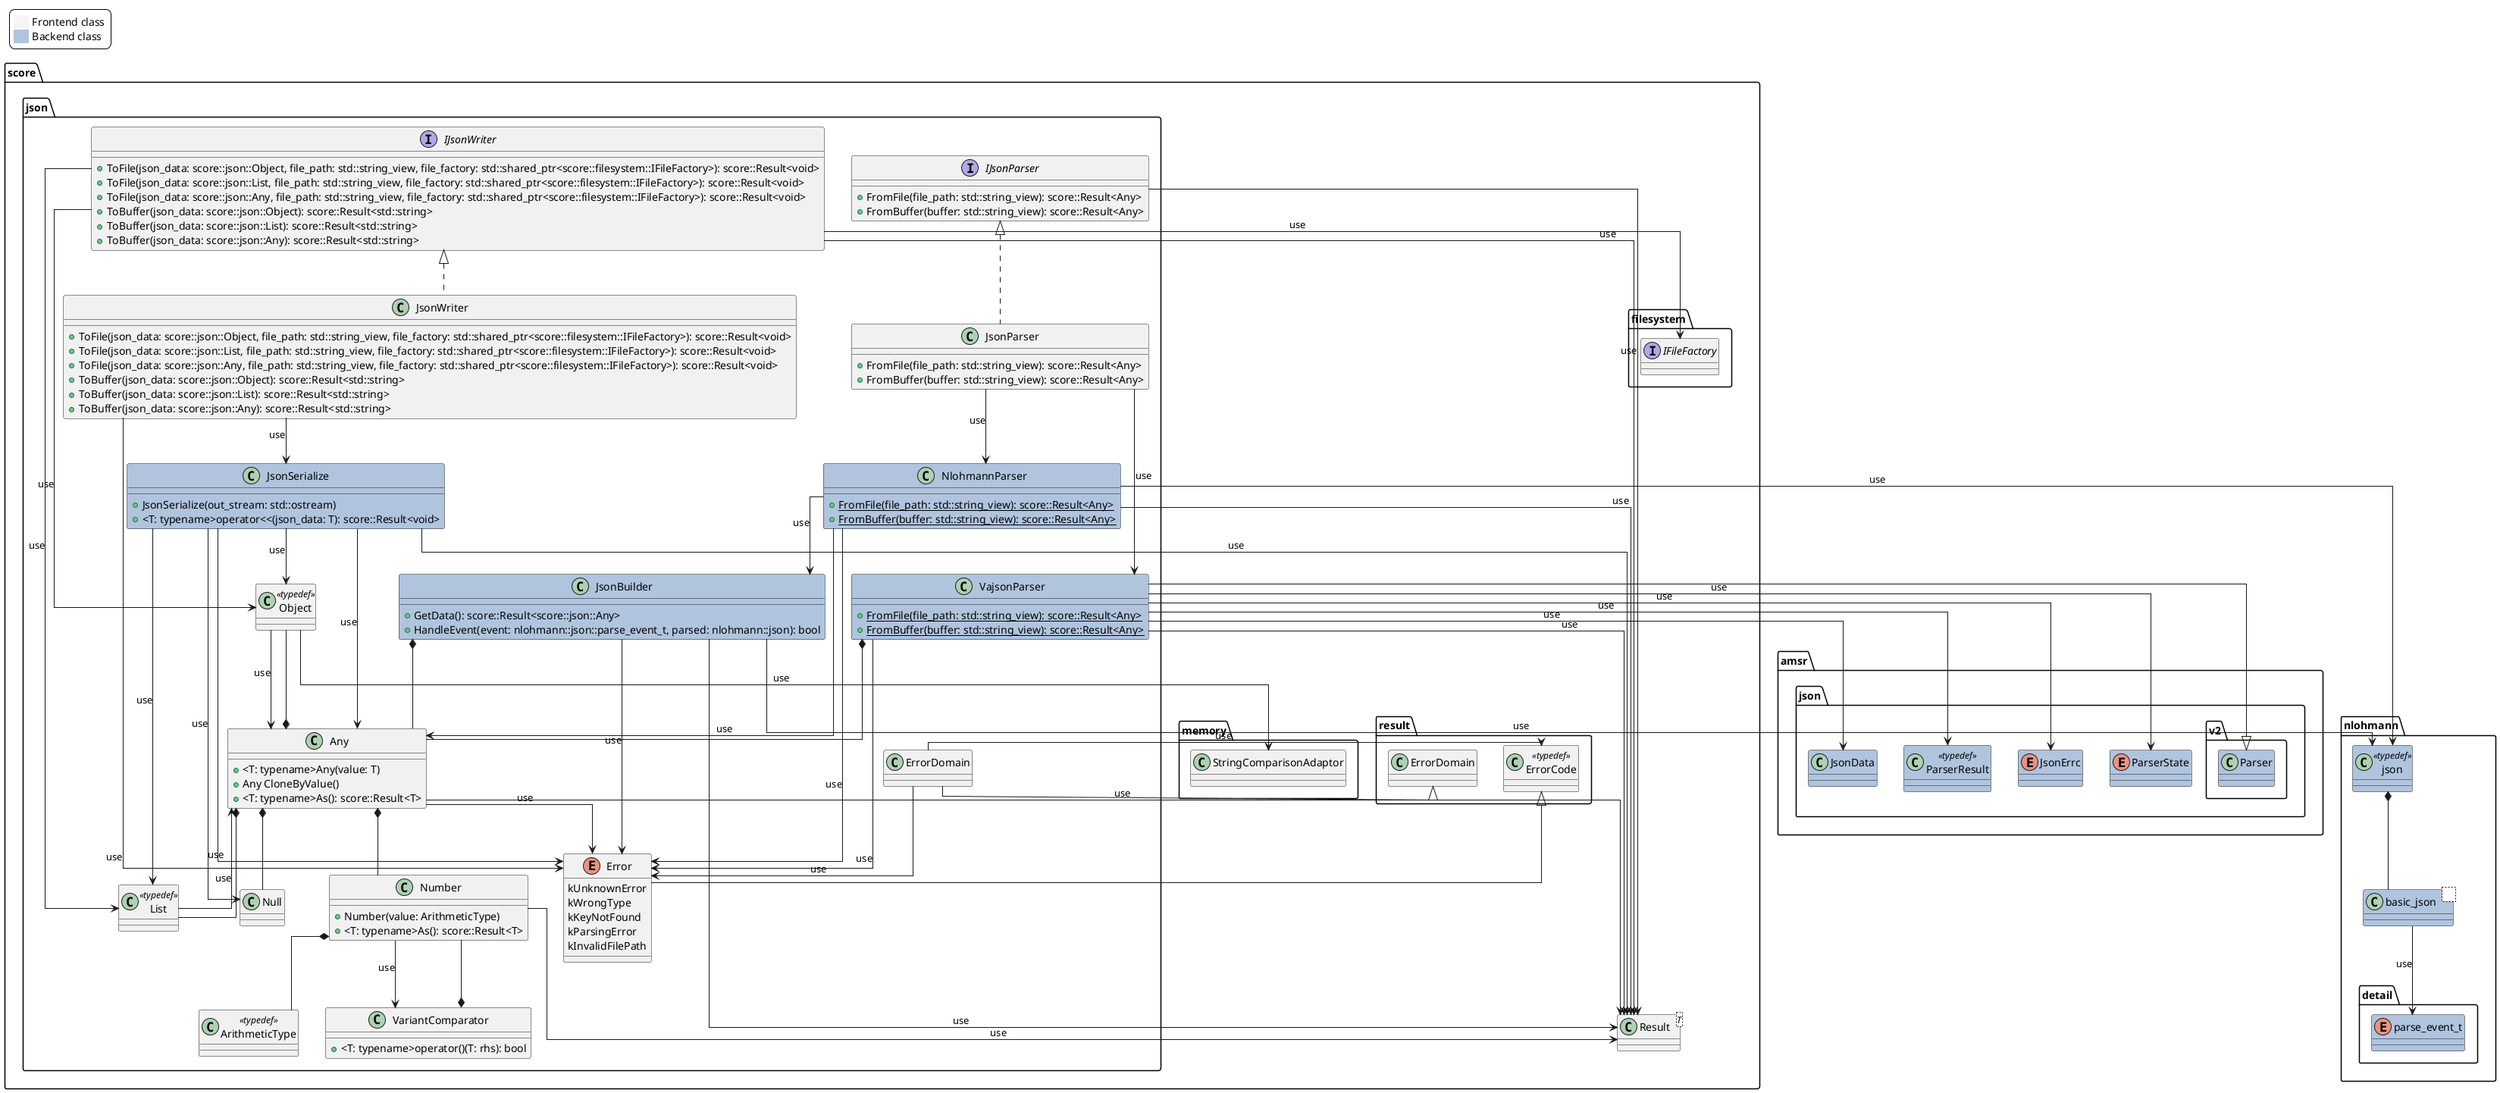
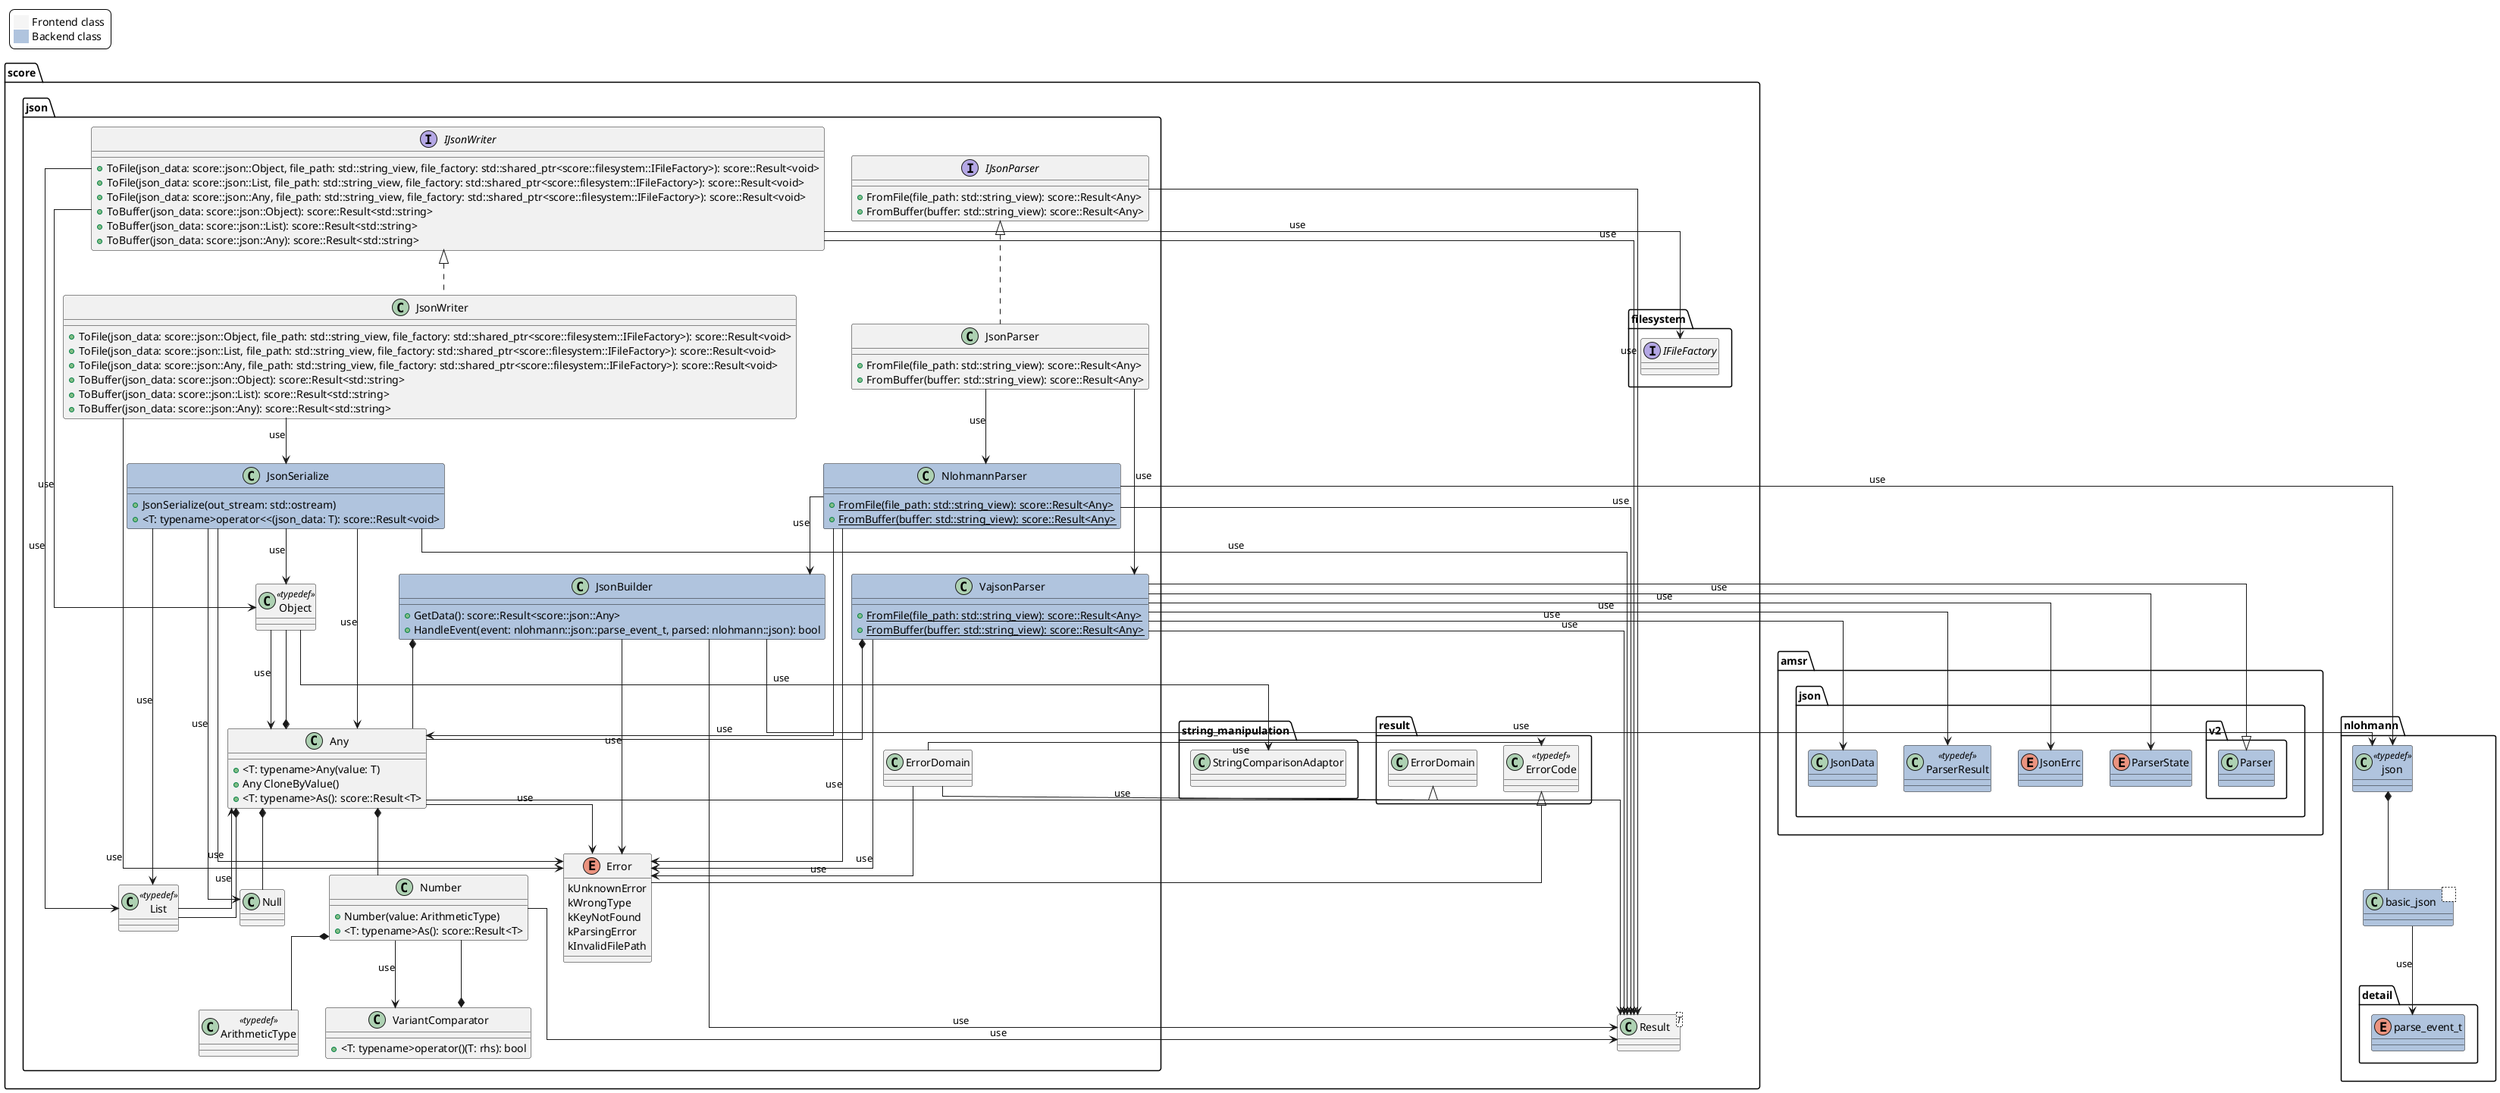
' *******************************************************************************
' Copyright (c) 2025 Contributors to the Eclipse Foundation
'
' See the NOTICE file(s) distributed with this work for additional
' information regarding copyright ownership.
'
' This program and the accompanying materials are made available under the
' terms of the Apache License Version 2.0 which is available at
' https://www.apache.org/licenses/LICENSE-2.0
'
' SPDX-License-Identifier: Apache-2.0
' *******************************************************************************

@startuml

skinparam linetype ortho

skinparam legend {
  backgroundColor #White
  entrySeparator #White
}


legend top left
<#White,#White>|<#WhiteSmoke>| Frontend class |
|<#LightSteelBlue>      | Backend class |
end legend


set separator ::


class score::Result<T>


interface score::filesystem::IFileFactory


class score::result::ErrorCode <<typedef>>

score::result::ErrorCode <|-- score::json::Error


class score::result::ErrorDomain

score::result::ErrorDomain <|-- score::json::ErrorDomain


- class score::memory::StringComparisonAdaptor
+ class score::string_manipulation::StringComparisonAdaptor


interface score::json::IJsonWriter {
  +ToFile(json_data: score::json::Object, file_path: std::string_view, file_factory: std::shared_ptr<score::filesystem::IFileFactory>): score::Result<void>
  +ToFile(json_data: score::json::List, file_path: std::string_view, file_factory: std::shared_ptr<score::filesystem::IFileFactory>): score::Result<void>
  +ToFile(json_data: score::json::Any, file_path: std::string_view, file_factory: std::shared_ptr<score::filesystem::IFileFactory>): score::Result<void>
  +ToBuffer(json_data: score::json::Object): score::Result<std::string>
  +ToBuffer(json_data: score::json::List): score::Result<std::string>
  +ToBuffer(json_data: score::json::Any): score::Result<std::string>
}

score::json::IJsonWriter <|.. score::json::JsonWriter
score::json::IJsonWriter --> score::filesystem::IFileFactory : use
score::json::IJsonWriter --> score::json::Object : use
score::json::IJsonWriter --> score::json::List : use
score::json::IJsonWriter --> score::Result : use


class score::json::JsonWriter {
  +ToFile(json_data: score::json::Object, file_path: std::string_view, file_factory: std::shared_ptr<score::filesystem::IFileFactory>): score::Result<void>
  +ToFile(json_data: score::json::List, file_path: std::string_view, file_factory: std::shared_ptr<score::filesystem::IFileFactory>): score::Result<void>
  +ToFile(json_data: score::json::Any, file_path: std::string_view, file_factory: std::shared_ptr<score::filesystem::IFileFactory>): score::Result<void>
  +ToBuffer(json_data: score::json::Object): score::Result<std::string>
  +ToBuffer(json_data: score::json::List): score::Result<std::string>
  +ToBuffer(json_data: score::json::Any): score::Result<std::string>
}

score::json::JsonWriter --> score::json::Error : use
score::json::JsonWriter --> score::json::JsonSerialize : use


interface score::json::IJsonParser {
  +FromFile(file_path: std::string_view): score::Result<Any>
  +FromBuffer(buffer: std::string_view): score::Result<Any>
}

score::json::IJsonParser <|.. score::json::JsonParser
score::json::IJsonParser --> score::Result : use


class score::json::JsonParser {
  +FromFile(file_path: std::string_view): score::Result<Any>
  +FromBuffer(buffer: std::string_view): score::Result<Any>
}

score::json::JsonParser --> score::json::VajsonParser : use
score::json::JsonParser --> score::json::NlohmannParser : use


class score::json::JsonSerialize #LightSteelBlue {
  +JsonSerialize(out_stream: std::ostream)
  +<T: typename>operator<<(json_data: T): score::Result<void>
}

score::json::JsonSerialize --> score::json::Any : use
score::json::JsonSerialize --> score::json::Object : use
score::json::JsonSerialize --> score::json::List : use
score::json::JsonSerialize --> score::json::Null : use
score::json::JsonSerialize --> score::json::Error : use
score::json::JsonSerialize --> score::Result : use


enum amsr::json::ParserState #LightSteelBlue


enum amsr::json::JsonErrc #LightSteelBlue


class amsr::json::ParserResult <<typedef>> #LightSteelBlue


class amsr::json::v2::Parser #LightSteelBlue


class amsr::json::JsonData #LightSteelBlue

amsr::json::v2::Parser <|-- score::json::VajsonParser


class score::json::VajsonParser #LightSteelBlue {
  {static}+FromFile(file_path: std::string_view): score::Result<Any>
  {static}+FromBuffer(buffer: std::string_view): score::Result<Any>
}

score::json::VajsonParser *-- score::json::Any
score::json::VajsonParser --> score::json::Error : use
score::json::VajsonParser --> score::Result : use
score::json::VajsonParser --> amsr::json::ParserResult : use
score::json::VajsonParser --> amsr::json::ParserState : use
score::json::VajsonParser --> amsr::json::JsonErrc : use
score::json::VajsonParser --> amsr::json::JsonData : use


class score::json::NlohmannParser #LightSteelBlue {
  {static}+FromFile(file_path: std::string_view): score::Result<Any>
  {static}+FromBuffer(buffer: std::string_view): score::Result<Any>
}

score::json::NlohmannParser --> score::json::JsonBuilder : use
score::json::NlohmannParser --> score::json::Any : use
score::json::NlohmannParser --> nlohmann::json : use
score::json::NlohmannParser --> score::json::Error : use
score::json::NlohmannParser --> score::Result : use


class score::json::JsonBuilder #LightSteelBlue {
  +GetData(): score::Result<score::json::Any>
  +HandleEvent(event: nlohmann::json::parse_event_t, parsed: nlohmann::json): bool
}

score::json::JsonBuilder *-- score::json::Any
score::json::JsonBuilder --> nlohmann::json : use
score::json::JsonBuilder --> score::Result : use
score::json::JsonBuilder --> score::json::Error : use


class nlohmann::json <<typedef>> #LightSteelBlue

nlohmann::json *-- nlohmann::basic_json


class nlohmann::basic_json<     > #LightSteelBlue

nlohmann::basic_json --> nlohmann::detail::parse_event_t : use


enum nlohmann::detail::parse_event_t #LightSteelBlue


class score::json::Any {
  +<T: typename>Any(value: T)
  +Any CloneByValue()
  +<T: typename>As(): score::Result<T>
}

score::json::Any *--  score::json::Number
score::json::Any *--  score::json::Null
score::json::Any *--  score::json::Object
score::json::Any *--  score::json::List
score::json::Any --> score::Result : use
score::json::Any --> score::json::Error : use


class score::json::List <<typedef>>
score::json::List --> score::json::Any : use


class score::json::Object <<typedef>>
- score::json::Object --> score::memory::StringComparisonAdaptor : use
+ score::json::Object --> score::string_manipulation::StringComparisonAdaptor : use
score::json::Object --> score::json::Any : use


class score::json::Null


class score::json::ArithmeticType <<typedef>>


class score::json::Number {
  +Number(value: ArithmeticType)
  +<T: typename>As(): score::Result<T>
}

score::json::Number *-- score::json::ArithmeticType
score::json::Number --> score::json::VariantComparator : use
score::json::Number --> score::Result : use


class score::json::VariantComparator {
  +<T: typename>operator()(T: rhs): bool
}

score::json::VariantComparator *-- score::json::Number


enum score::json::Error {
  kUnknownError
  kWrongType
  kKeyNotFound
  kParsingError
  kInvalidFilePath
}


class score::json::ErrorDomain
score::json::ErrorDomain --> score::result::ErrorCode : use
score::json::ErrorDomain --> score::json::Error : use


@enduml
